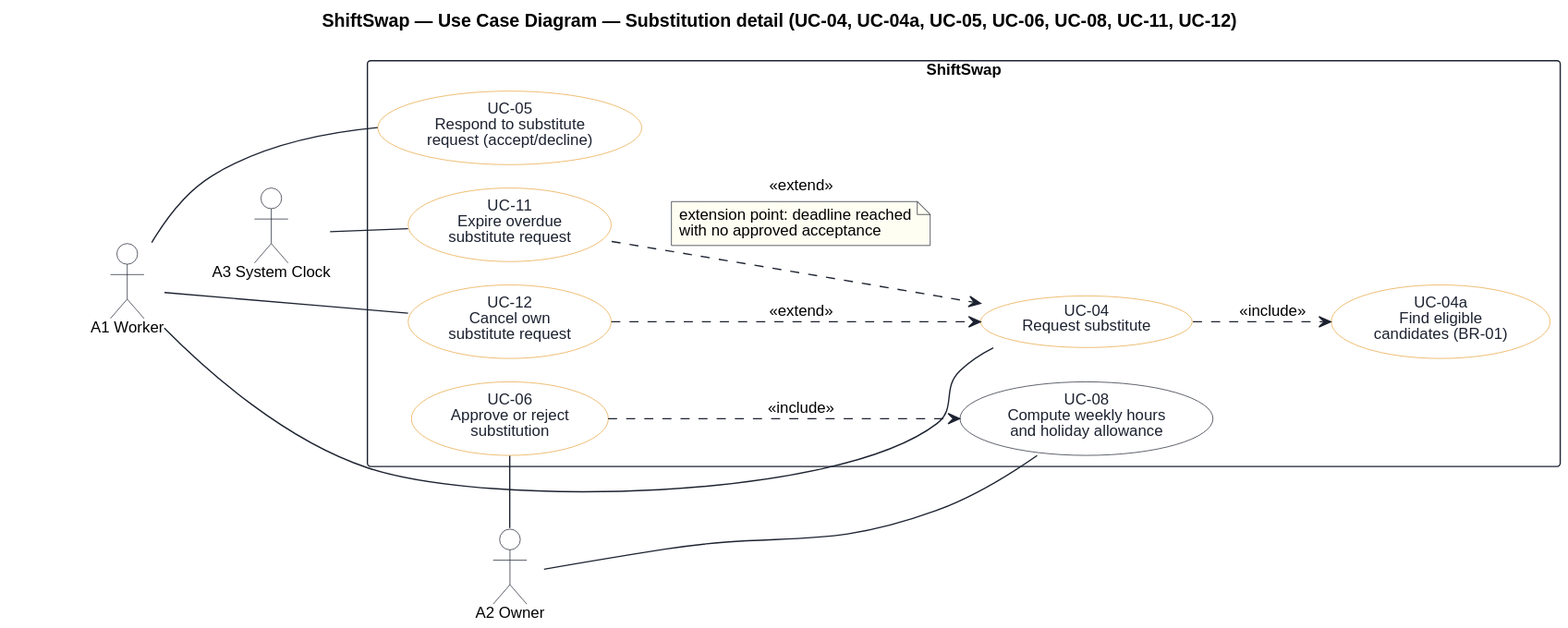
The PlantUML diagram uml/usecase-substitute.svg in keemlogan/shiftswap, before a commit. Its diagram source:
```plantuml
@startuml
!pragma layout smetana
skinparam defaultFontName "Helvetica"
skinparam defaultFontSize 12
skinparam shadowing false
skinparam backgroundColor #FFFFFF
skinparam ArrowColor #1C2230
hide stereotype
skinparam usecase {
  BackgroundColor #FFFFFF
  BorderColor #1C2230
  FontColor #1C2230
}
skinparam usecase<<amber>> {
  BackgroundColor #FFFFFF
  BorderColor #E9A23B
  FontColor #1C2230
}
skinparam actor {
  BorderColor #1C2230
  BackgroundColor #FFFFFF
}
skinparam rectangle {
  BorderColor #1C2230
  BackgroundColor #FFFFFF
}
skinparam note {
  BackgroundColor #FFFEF2
  BorderColor #1C2230
}

left to right direction

title ShiftSwap — Use Case Diagram — Substitution detail (UC-04, UC-04a, UC-05, UC-06, UC-08, UC-11, UC-12)

actor " " as Spacer #FFFFFF;line:FFFFFF;text:FFFFFF

actor "A1 Worker" as A1
actor "A3 System Clock" as A3

Spacer -[hidden]-> A1
A1 -[hidden]-> A3

rectangle "ShiftSwap" as Boundary {
  usecase "UC-11\nExpire overdue\nsubstitute request" as UC11 <<amber>>
  usecase "UC-12\nCancel own\nsubstitute request" as UC12 <<amber>>
  usecase "UC-04\nRequest substitute" as UC04 <<amber>>
  usecase "UC-05\nRespond to substitute\nrequest (accept/decline)" as UC05 <<amber>>
  usecase "UC-04a\nFind eligible\ncandidates (BR-01)" as UC04a <<amber>>
  usecase "UC-06\nApprove or reject\nsubstitution" as UC06 <<amber>>
  usecase "UC-08\nCompute weekly hours\nand holiday allowance" as UC08
}

actor "A2 Owner" as A2
UC08 -[hidden]-> A2

A1 -- UC04
A1 -- UC05
A1 -- UC12
A3 -- UC11
A2 -- UC06
A2 -- UC08

UC04 ..> UC04a : <<include>>
UC06 ..> UC08 : <<include>>
UC11 ..> UC04 : <<extend>>
note on link
  extension point: deadline reached
  with no approved acceptance
end note
UC12 ..> UC04 : <<extend>>
@enduml
```
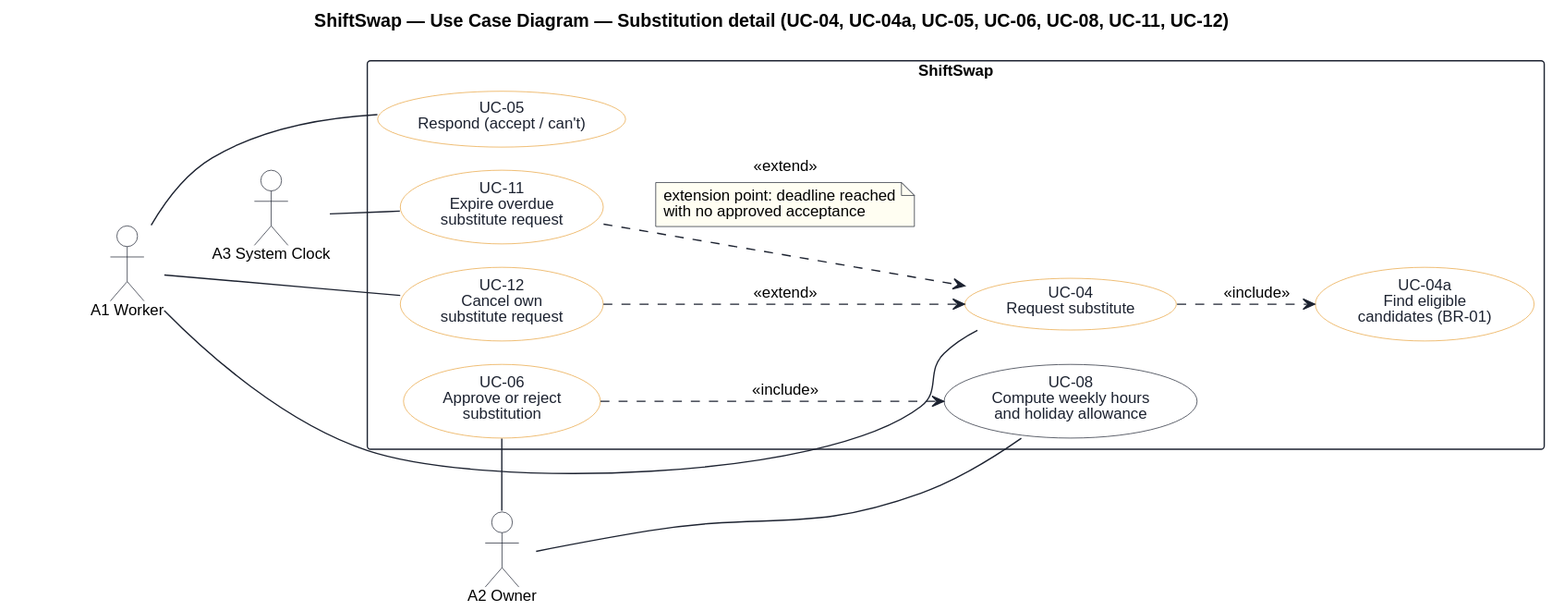
The same diagram one commit later.

Diff of the diagram source:
```diff
@@ -45,7 +45,7 @@
   usecase "UC-11\nExpire overdue\nsubstitute request" as UC11 <<amber>>
   usecase "UC-12\nCancel own\nsubstitute request" as UC12 <<amber>>
   usecase "UC-04\nRequest substitute" as UC04 <<amber>>
-  usecase "UC-05\nRespond to substitute\nrequest (accept/decline)" as UC05 <<amber>>
+  usecase "UC-05\nRespond (accept / can't)" as UC05 <<amber>>
   usecase "UC-04a\nFind eligible\ncandidates (BR-01)" as UC04a <<amber>>
   usecase "UC-06\nApprove or reject\nsubstitution" as UC06 <<amber>>
   usecase "UC-08\nCompute weekly hours\nand holiday allowance" as UC08
```
